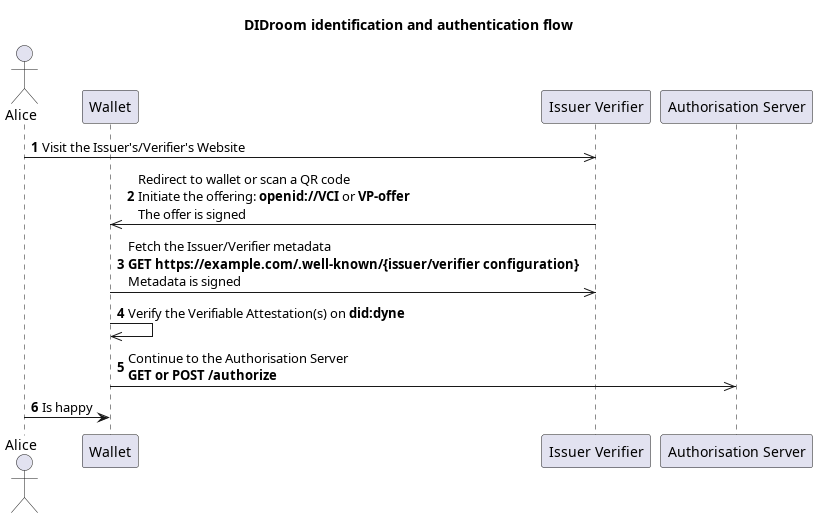
This is diagrams/06_identification_flow.png from ForkbombEu/DIDroom, a PlantUML export, as it was before one commit.
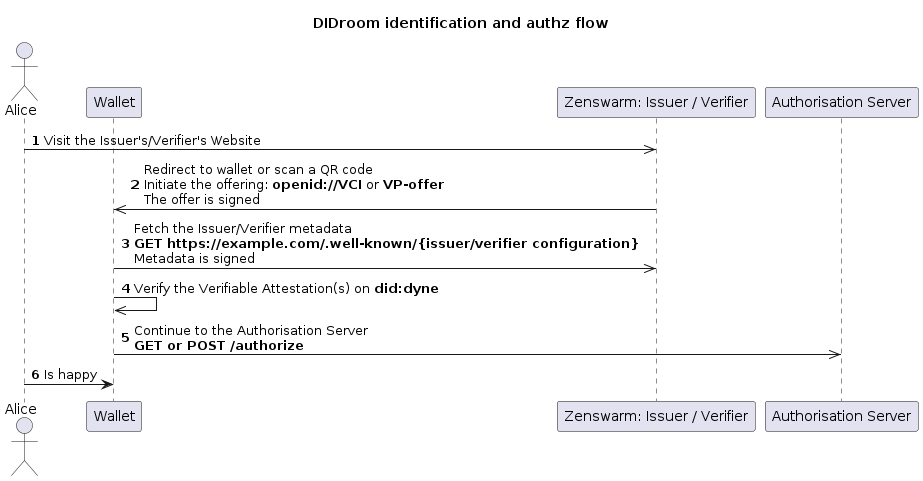
After the change.

Commit message:
feat: Add endpoints and flow

What changed in the source:
```diff
@@ -1,13 +1,13 @@
 @startuml
 !theme cb_seq_Purples_9 from https://raw.githubusercontent.com/mweagle/C4-PlantUML-Themes/main/palettes
 
-title DIDroom identification and authentication flow
+title DIDroom identification and authz flow
 
 autonumber
 
 actor Alice as a
 participant Wallet as w
-participant "Issuer Verifier" as v
+participant "Zenswarm: Issuer / Verifier" as v
 participant "Authorisation Server" as vas
 
 
```
